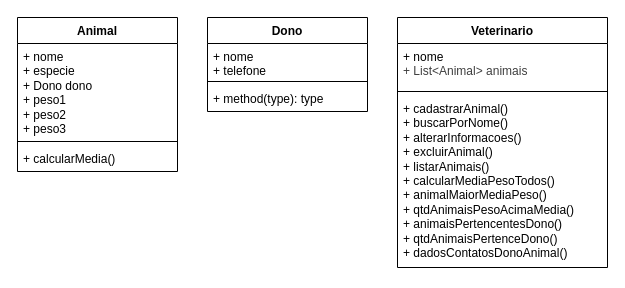
Above: POO/Exercicio_Veterinaria/bin/DiagramaVeterinaria.drawio in djuliasabrina/FURB (draw.io), before the change. Source tidied: cells renumbered, new cells numbered last; positions are measured from the earlier drawing's top-left corner, leaving out a move shared by most shapes. Both pictures are drawn from the tidied source at 100%, with x=0, y=0 at pixel (17, 17).
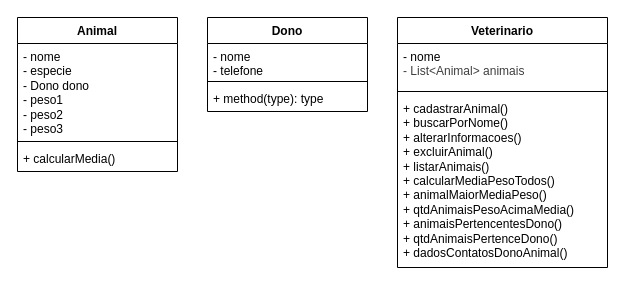
The same diagram, later.

The edit, as a diff of the source:
```diff
@@
 <mxGraphModel>
   <root>
     <mxCell id="0" />
     <mxCell id="1" parent="0" />
     <mxCell id="2" value="Animal" style="swimlane;fontStyle=1;align=center;verticalAlign=top;horizontal=1;startSize=26;whiteSpace=wrap;html=1;" parent="1" vertex="1">
       <mxGeometry width="160" height="154" as="geometry" />
     </mxCell>
-    <mxCell id="3" value="&lt;div&gt;+ nome&lt;/div&gt;&lt;div&gt;+ especie&lt;/div&gt;&lt;div&gt;+ Dono dono&lt;/div&gt;&lt;div&gt;+ peso1&lt;/div&gt;&lt;div&gt;+ peso2&lt;/div&gt;&lt;div&gt;+ peso3&lt;/div&gt;" style="text;strokeColor=none;fillColor=none;align=left;verticalAlign=top;spacingLeft=4;spacingRight=4;overflow=hidden;whiteSpace=wrap;html=1;" parent="2" vertex="1">
+    <mxCell id="3" value="&lt;div&gt;- nome&lt;/div&gt;&lt;div&gt;- especie&lt;/div&gt;&lt;div&gt;- Dono dono&lt;/div&gt;&lt;div&gt;- peso1&lt;/div&gt;&lt;div&gt;- peso2&lt;/div&gt;&lt;div&gt;- peso3&lt;/div&gt;" style="text;strokeColor=none;fillColor=none;align=left;verticalAlign=top;spacingLeft=4;spacingRight=4;overflow=hidden;whiteSpace=wrap;html=1;" parent="2" vertex="1">
       <mxGeometry y="26" width="160" height="94" as="geometry" />
     </mxCell>
     <mxCell id="4" style="line;strokeWidth=1;fillColor=none;align=left;verticalAlign=middle;spacingTop=-1;spacingLeft=3;spacingRight=3;labelPosition=right;strokeColor=inherit;" parent="2" vertex="1">
       <mxGeometry y="120" width="160" height="8" as="geometry" />
     </mxCell>
     <mxCell id="5" value="+ calcularMedia()" style="text;strokeColor=none;fillColor=none;align=left;verticalAlign=top;spacingLeft=4;spacingRight=4;overflow=hidden;whiteSpace=wrap;html=1;" parent="2" vertex="1">
       <mxGeometry y="128" width="160" height="26" as="geometry" />
     </mxCell>
     <mxCell id="6" value="Dono" style="swimlane;fontStyle=1;align=center;verticalAlign=top;horizontal=1;startSize=26;whiteSpace=wrap;html=1;" parent="1" vertex="1">
       <mxGeometry x="190" width="160" height="94" as="geometry" />
     </mxCell>
-    <mxCell id="7" value="&lt;div&gt;+ nome&lt;/div&gt;&lt;div&gt;+ telefone&lt;/div&gt;" style="text;strokeColor=none;fillColor=none;align=left;verticalAlign=top;spacingLeft=4;spacingRight=4;overflow=hidden;whiteSpace=wrap;html=1;" parent="6" vertex="1">
+    <mxCell id="7" value="&lt;div&gt;- nome&lt;/div&gt;&lt;div&gt;- telefone&lt;/div&gt;" style="text;strokeColor=none;fillColor=none;align=left;verticalAlign=top;spacingLeft=4;spacingRight=4;overflow=hidden;whiteSpace=wrap;html=1;" parent="6" vertex="1">
       <mxGeometry y="26" width="160" height="34" as="geometry" />
     </mxCell>
     <mxCell id="8" style="line;strokeWidth=1;fillColor=none;align=left;verticalAlign=middle;spacingTop=-1;spacingLeft=3;spacingRight=3;labelPosition=right;strokeColor=inherit;" parent="6" vertex="1">
       <mxGeometry y="60" width="160" height="8" as="geometry" />
     </mxCell>
     <mxCell id="9" value="+ method(type): type" style="text;strokeColor=none;fillColor=none;align=left;verticalAlign=top;spacingLeft=4;spacingRight=4;overflow=hidden;whiteSpace=wrap;html=1;" parent="6" vertex="1">
       <mxGeometry y="68" width="160" height="26" as="geometry" />
     </mxCell>
     <mxCell id="10" value="Veterinario" style="swimlane;fontStyle=1;align=center;verticalAlign=top;horizontal=1;startSize=26;whiteSpace=wrap;html=1;" parent="1" vertex="1">
       <mxGeometry x="380" width="210" height="250" as="geometry" />
     </mxCell>
-    <mxCell id="11" value="&lt;span style=&quot;background-color: transparent;&quot;&gt;&lt;font color=&quot;#000000&quot;&gt;+ nome&lt;/font&gt;&lt;/span&gt;&lt;div&gt;&lt;span style=&quot;color: rgb(63, 63, 63); background-color: transparent;&quot;&gt;+ List&amp;lt;Animal&amp;gt; animais&lt;/span&gt;&lt;/div&gt;" style="text;strokeColor=none;fillColor=none;align=left;verticalAlign=top;spacingLeft=4;spacingRight=4;overflow=hidden;whiteSpace=wrap;html=1;" parent="10" vertex="1">
+    <mxCell id="11" value="&lt;span style=&quot;background-color: transparent;&quot;&gt;&lt;font color=&quot;#000000&quot;&gt;- nome&lt;/font&gt;&lt;/span&gt;&lt;div&gt;&lt;span style=&quot;color: rgb(63, 63, 63); background-color: transparent;&quot;&gt;- List&amp;lt;Animal&amp;gt; animais&lt;/span&gt;&lt;/div&gt;" style="text;strokeColor=none;fillColor=none;align=left;verticalAlign=top;spacingLeft=4;spacingRight=4;overflow=hidden;whiteSpace=wrap;html=1;" parent="10" vertex="1">
       <mxGeometry y="26" width="210" height="44" as="geometry" />
     </mxCell>
     <mxCell id="12" style="line;strokeWidth=1;fillColor=none;align=left;verticalAlign=middle;spacingTop=-1;spacingLeft=3;spacingRight=3;labelPosition=right;strokeColor=inherit;" parent="10" vertex="1">
       <mxGeometry y="70" width="210" height="8" as="geometry" />
     </mxCell>
     <mxCell id="13" value="+ cadastrarAnimal()&lt;div&gt;+ buscarPorNome()&lt;/div&gt;&lt;div&gt;+ alterarInformacoes()&lt;/div&gt;&lt;div&gt;+ excluirAnimal()&lt;/div&gt;&lt;div&gt;+ listarAnimais()&lt;/div&gt;&lt;div&gt;+ calcularMediaPesoTodos()&lt;/div&gt;&lt;div&gt;+ animalMaiorMediaPeso()&lt;/div&gt;&lt;div&gt;+ qtdAnimaisPesoAcimaMedia()&lt;/div&gt;&lt;div&gt;+ animaisPertencentesDono()&lt;/div&gt;&lt;div&gt;+ qtdAnimaisPertenceDono()&lt;/div&gt;&lt;div&gt;+ dadosContatosDonoAnimal()&lt;/div&gt;" style="text;strokeColor=none;fillColor=none;align=left;verticalAlign=top;spacingLeft=4;spacingRight=4;overflow=hidden;whiteSpace=wrap;html=1;" parent="10" vertex="1">
       <mxGeometry y="78" width="210" height="172" as="geometry" />
     </mxCell>
   </root>
 </mxGraphModel>
```
